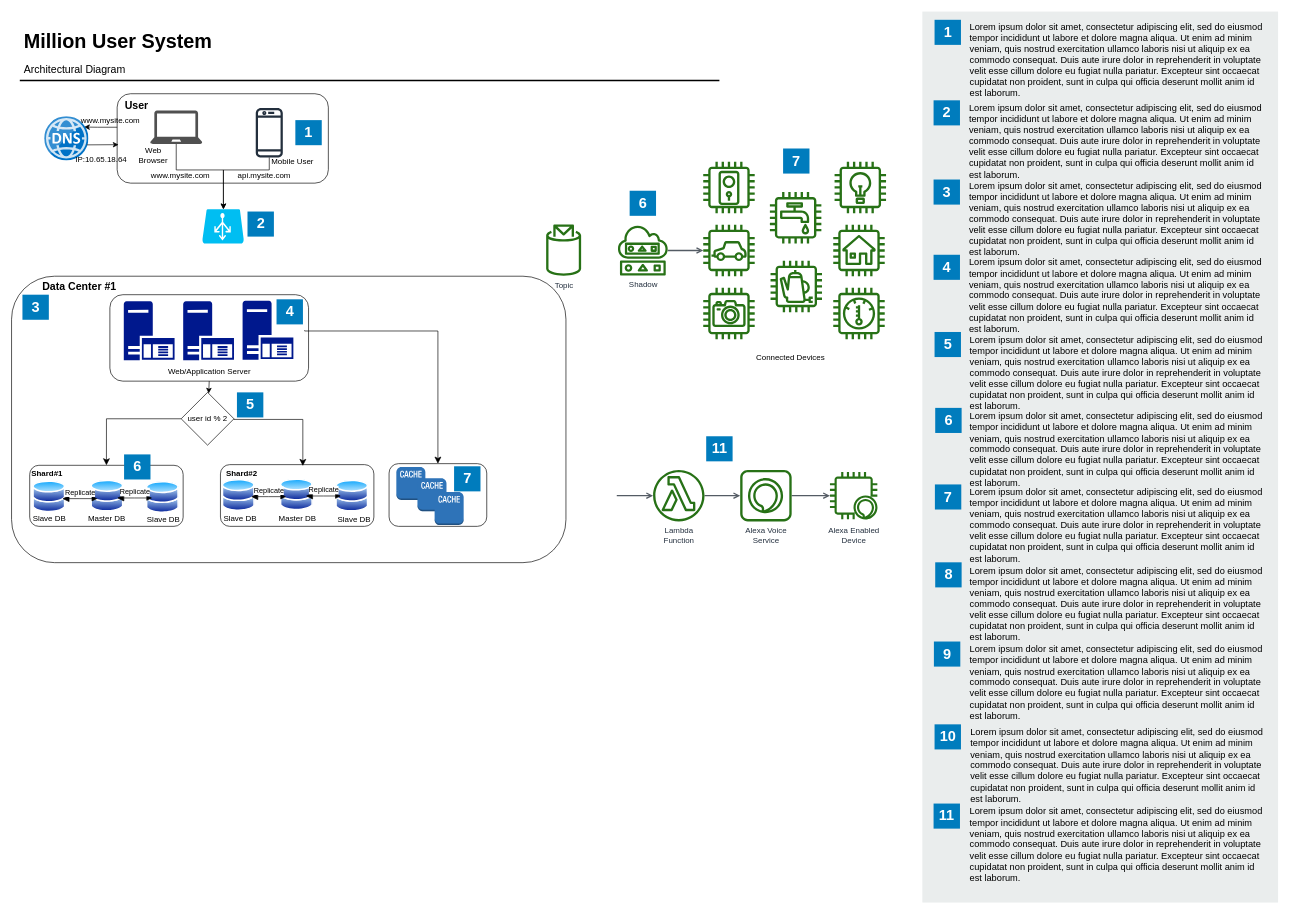
This is Untitled Diagram.drawio from amreshs/SoftwareDesignArchitecturesDiagram, a draw.io file, before an edit. Source tidied: cells renumbered, new cells numbered last; positions are measured from the earlier drawing's top-left corner, leaving out a move shared by most shapes. Both pictures are drawn from the tidied source at 66%, with x=0, y=0 at pixel (11, 11).
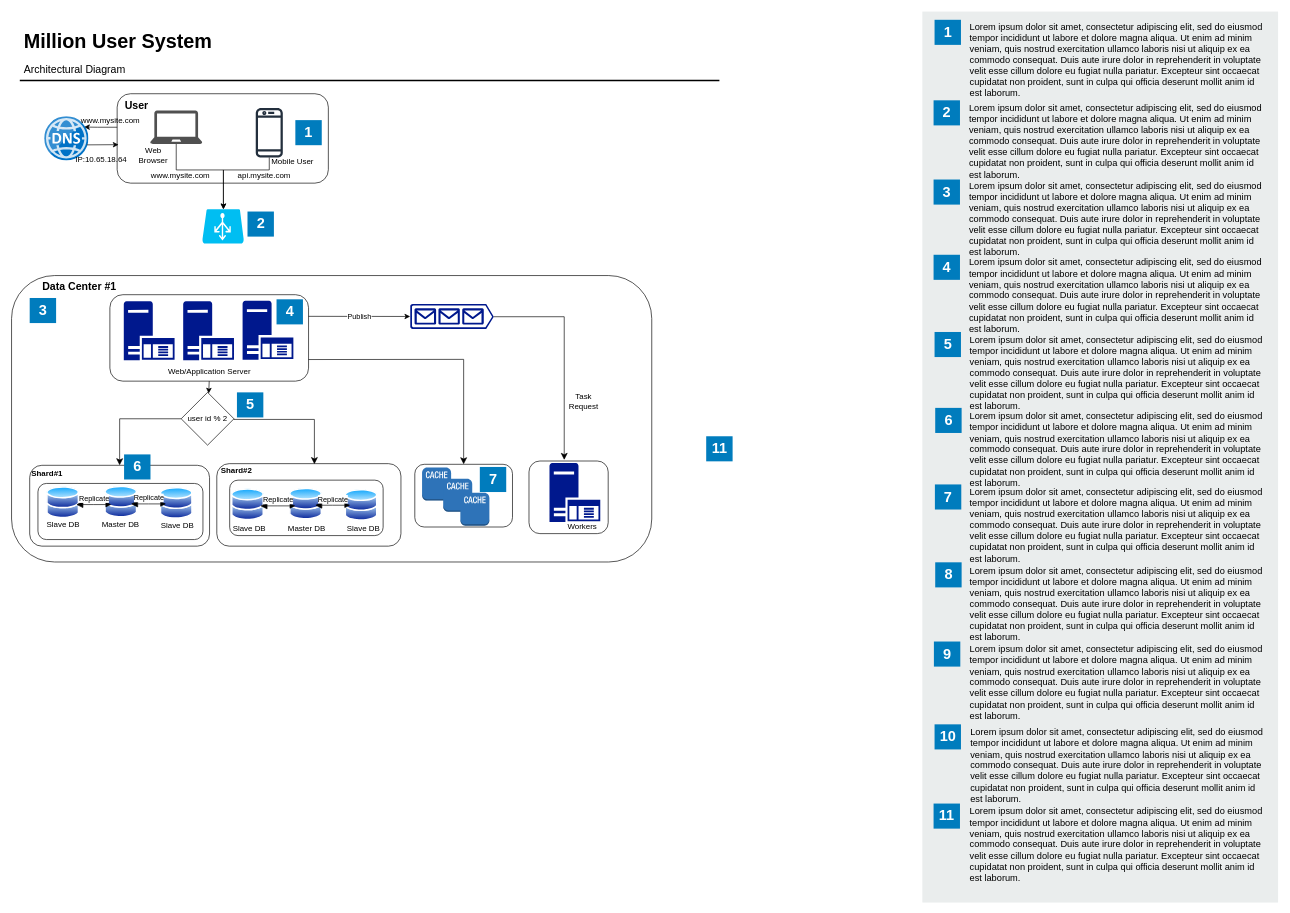
The same diagram, later.

The change refers to these unchanged cells:
```xml
<mxCell id="4" style="rounded=1;whiteSpace=wrap;html=1;" parent="1" vertex="1">
  <mxGeometry x="149" y="429" width="301" height="131" as="geometry" />
</mxCell>
<mxCell id="93" value="user id % 2" style="rhombus;whiteSpace=wrap;html=1;" parent="1" vertex="1">
  <mxGeometry x="257" y="577" width="80" height="80" as="geometry" />
</mxCell>
```

Change to the diagram source:
```diff
@@
     <mxCell id="2" style="rounded=1;whiteSpace=wrap;html=1;" parent="1" vertex="1">
-      <mxGeometry y="401" width="840" height="434" as="geometry" />
+      <mxGeometry y="400" width="970" height="434" as="geometry" />
     </mxCell>
+    <mxCell id="109" style="rounded=1;whiteSpace=wrap;html=1;" parent="1" vertex="1">
+      <mxGeometry x="311" y="685" width="279" height="125" as="geometry" />
+    </mxCell>
+    <mxCell id="73" style="rounded=1;whiteSpace=wrap;html=1;" parent="1" vertex="1">
+      <mxGeometry x="27.5" y="687.5" width="272.5" height="122.5" as="geometry" />
+    </mxCell>
+    <mxCell id="110" style="rounded=1;whiteSpace=wrap;html=1;" parent="1" vertex="1">
+      <mxGeometry x="40" y="715" width="250" height="85" as="geometry" />
+    </mxCell>
     <mxCell id="3" style="rounded=1;whiteSpace=wrap;html=1;" parent="1" vertex="1">
-      <mxGeometry x="572" y="685" width="148" height="95" as="geometry" />
+      <mxGeometry x="611" y="686" width="148" height="95" as="geometry" />
     </mxCell>
@@
-    <mxCell id="8" style="fontColor=#232F3E;gradientColor=none;fillColor=#277116;strokeColor=none;dashed=0;verticalLabelPosition=bottom;verticalAlign=top;align=center;html=1;fontSize=12;fontStyle=0;shape=mxgraph.aws4.door_lock;rounded=0;" parent="1" vertex="1">
-      <mxGeometry x="1048" y="227.5" width="78" height="78" as="geometry" />
-    </mxCell>
-    <mxCell id="9" style="outlineConnect=0;fontColor=#232F3E;gradientColor=none;fillColor=#277116;strokeColor=none;dashed=0;verticalLabelPosition=bottom;verticalAlign=top;align=center;html=1;fontSize=12;fontStyle=0;shape=mxgraph.aws4.car;rounded=0;" parent="1" vertex="1">
-      <mxGeometry x="1048" y="323" width="78" height="78" as="geometry" />
-    </mxCell>
-    <mxCell id="10" style="fontColor=#232F3E;gradientColor=none;fillColor=#277116;strokeColor=none;dashed=0;verticalLabelPosition=bottom;verticalAlign=top;align=center;html=1;fontSize=12;fontStyle=0;shape=mxgraph.aws4.camera;rounded=0;" parent="1" vertex="1">
-      <mxGeometry x="1048" y="418.5" width="78" height="78" as="geometry" />
-    </mxCell>
-    <mxCell id="11" style="fontColor=#232F3E;gradientColor=none;fillColor=#277116;strokeColor=none;dashed=0;verticalLabelPosition=bottom;verticalAlign=top;align=center;html=1;fontSize=12;fontStyle=0;shape=mxgraph.aws4.utility;rounded=0;" parent="1" vertex="1">
-      <mxGeometry x="1149" y="273.5" width="78" height="78" as="geometry" />
-    </mxCell>
-    <mxCell id="12" style="fontColor=#232F3E;gradientColor=none;fillColor=#277116;strokeColor=none;dashed=0;verticalLabelPosition=bottom;verticalAlign=top;align=center;html=1;fontSize=12;fontStyle=0;shape=mxgraph.aws4.coffee_pot;rounded=0;" parent="1" vertex="1">
-      <mxGeometry x="1150" y="377.5" width="78" height="78" as="geometry" />
-    </mxCell>
-    <mxCell id="13" style="fontColor=#232F3E;gradientColor=none;fillColor=#277116;strokeColor=none;dashed=0;verticalLabelPosition=bottom;verticalAlign=top;align=center;html=1;fontSize=12;fontStyle=0;shape=mxgraph.aws4.lightbulb;rounded=0;" parent="1" vertex="1">
-      <mxGeometry x="1247" y="227.5" width="78" height="78" as="geometry" />
-    </mxCell>
-    <mxCell id="14" style="fontColor=#232F3E;gradientColor=none;fillColor=#277116;strokeColor=none;dashed=0;verticalLabelPosition=bottom;verticalAlign=top;align=center;html=1;fontSize=12;fontStyle=0;shape=mxgraph.aws4.house;rounded=0;" parent="1" vertex="1">
-      <mxGeometry x="1245" y="323" width="78" height="78" as="geometry" />
-    </mxCell>
-    <mxCell id="15" style="fontColor=#232F3E;gradientColor=none;fillColor=#277116;strokeColor=none;dashed=0;verticalLabelPosition=bottom;verticalAlign=top;align=center;html=1;fontSize=12;fontStyle=0;shape=mxgraph.aws4.thermostat;rounded=0;" parent="1" vertex="1">
-      <mxGeometry x="1245" y="418.5" width="78" height="78" as="geometry" />
-    </mxCell>
@@
-    <mxCell id="21" value="Topic" style="fontColor=#232F3E;gradientColor=none;fillColor=#277116;strokeColor=none;dashed=0;verticalLabelPosition=bottom;verticalAlign=top;align=center;html=1;fontSize=12;fontStyle=0;shape=mxgraph.aws4.topic_2;rounded=0;" parent="1" vertex="1">
-      <mxGeometry x="810" y="322.5" width="53" height="78" as="geometry" />
-    </mxCell>
-    <mxCell id="22" style="edgeStyle=elbowEdgeStyle;rounded=0;jettySize=auto;html=1;endArrow=open;endFill=0;strokeColor=#545B64;strokeWidth=2;fontSize=14;elbow=vertical;" parent="1" edge="1" source="23" target="9">
-      <mxGeometry relative="1" as="geometry" />
-    </mxCell>
-    <mxCell id="23" value="Shadow" style="outlineConnect=0;fontColor=#232F3E;gradientColor=none;fillColor=#277116;strokeColor=none;dashed=0;verticalLabelPosition=bottom;verticalAlign=top;align=center;html=1;fontSize=12;fontStyle=0;shape=mxgraph.aws4.shadow;rounded=0;" parent="1" vertex="1">
-      <mxGeometry x="917.5" y="323" width="78" height="77" as="geometry" />
-    </mxCell>
@@
-    <mxCell id="25" style="edgeStyle=elbowEdgeStyle;rounded=0;jettySize=auto;html=1;endArrow=open;endFill=0;strokeColor=#545B64;strokeWidth=2;fontSize=14;" parent="1" edge="1" target="27">
-      <mxGeometry relative="1" as="geometry">
-        <mxPoint x="917" y="733.5" as="sourcePoint" />
-      </mxGeometry>
-    </mxCell>
-    <mxCell id="26" style="edgeStyle=elbowEdgeStyle;rounded=0;jettySize=auto;html=1;endArrow=open;endFill=0;strokeColor=#545B64;strokeWidth=2;fontSize=14;" parent="1" edge="1" source="27" target="29">
-      <mxGeometry relative="1" as="geometry" />
-    </mxCell>
-    <mxCell id="27" value="Lambda&lt;br&gt;Function&lt;br&gt;" style="outlineConnect=0;fontColor=#232F3E;gradientColor=none;fillColor=#277116;strokeColor=none;dashed=0;verticalLabelPosition=bottom;verticalAlign=top;align=center;html=1;fontSize=12;fontStyle=0;shape=mxgraph.aws4.lambda_function;rounded=0;" parent="1" vertex="1">
-      <mxGeometry x="972" y="694.5" width="78" height="78" as="geometry" />
-    </mxCell>
-    <mxCell id="28" style="edgeStyle=elbowEdgeStyle;rounded=0;jettySize=auto;html=1;endArrow=open;endFill=0;strokeColor=#545B64;strokeWidth=2;fontSize=14;" parent="1" edge="1" source="29" target="30">
-      <mxGeometry relative="1" as="geometry" />
-    </mxCell>
-    <mxCell id="29" value="Alexa Voice&lt;br&gt;Service&lt;br&gt;" style="outlineConnect=0;fontColor=#232F3E;gradientColor=none;fillColor=#277116;strokeColor=none;dashed=0;verticalLabelPosition=bottom;verticalAlign=top;align=center;html=1;fontSize=12;fontStyle=0;shape=mxgraph.aws4.alexa_skill;rounded=0;" parent="1" vertex="1">
-      <mxGeometry x="1104" y="694.5" width="78" height="78" as="geometry" />
-    </mxCell>
-    <mxCell id="30" value="Alexa Enabled&lt;br&gt;Device&lt;br&gt;" style="outlineConnect=0;fontColor=#232F3E;gradientColor=none;fillColor=#277116;strokeColor=none;dashed=0;verticalLabelPosition=bottom;verticalAlign=top;align=center;html=1;fontSize=12;fontStyle=0;shape=mxgraph.aws4.alexa_enabled_device;rounded=0;" parent="1" vertex="1">
-      <mxGeometry x="1240" y="694.5" width="72" height="78" as="geometry" />
-    </mxCell>
-    <mxCell id="31" value="Connected Devices" style="text;html=1;align=center;verticalAlign=top;spacingTop=-4;rounded=0;" parent="1" vertex="1">
-      <mxGeometry x="1120" y="514.5" width="120" height="20" as="geometry" />
-    </mxCell>
-    <mxCell id="32" value="6" style="rounded=0;whiteSpace=wrap;html=1;fillColor=#007CBD;strokeColor=none;fontColor=#FFFFFF;fontStyle=1;fontSize=22;" parent="1" vertex="1">
-      <mxGeometry x="936.5" y="271.5" width="40" height="38" as="geometry" />
-    </mxCell>
-    <mxCell id="33" value="7" style="rounded=0;whiteSpace=wrap;html=1;fillColor=#007CBD;strokeColor=none;fontColor=#FFFFFF;fontStyle=1;fontSize=22;" parent="1" vertex="1">
-      <mxGeometry x="1169" y="207.5" width="40" height="38" as="geometry" />
-    </mxCell>
     <mxCell id="34" value="3" style="rounded=0;whiteSpace=wrap;html=1;fillColor=#007CBD;strokeColor=none;fontColor=#FFFFFF;fontStyle=1;fontSize=22;" parent="1" vertex="1">
-      <mxGeometry x="16.5" y="429" width="40" height="38" as="geometry" />
+      <mxGeometry x="27.5" y="434" width="40" height="38" as="geometry" />
     </mxCell>
@@
-    <mxCell id="73" style="rounded=1;whiteSpace=wrap;html=1;" parent="1" vertex="1">
-      <mxGeometry x="27.5" y="687.5" width="232.5" height="92.5" as="geometry" />
-    </mxCell>
     <mxCell id="74" style="image;perimeter=ellipsePerimeter;html=1;align=center;shadow=0;dashed=0;spacingTop=3;image=img/lib/active_directory/databases.svg;" parent="1" vertex="1">
-      <mxGeometry x="120" y="709.5" width="50" height="49" as="geometry" />
+      <mxGeometry x="141" y="718.5" width="50" height="49" as="geometry" />
     </mxCell>
     <mxCell id="75" style="image;perimeter=ellipsePerimeter;html=1;align=center;shadow=0;dashed=0;spacingTop=3;image=img/lib/active_directory/databases.svg;" parent="1" vertex="1">
-      <mxGeometry x="204" y="711.5" width="50" height="49" as="geometry" />
+      <mxGeometry x="225" y="720.5" width="50" height="49" as="geometry" />
     </mxCell>
     <mxCell id="76" style="image;perimeter=ellipsePerimeter;html=1;align=center;shadow=0;dashed=0;spacingTop=3;image=img/lib/active_directory/databases.svg;" parent="1" vertex="1">
-      <mxGeometry x="32" y="710.5" width="50" height="49" as="geometry" />
+      <mxGeometry x="53" y="719.5" width="50" height="49" as="geometry" />
     </mxCell>
     <mxCell id="77" value="Master DB" style="text;html=1;strokeColor=none;fillColor=none;align=center;verticalAlign=middle;whiteSpace=wrap;rounded=0;" parent="1" vertex="1">
-      <mxGeometry x="110" y="756" width="69" height="26" as="geometry" />
+      <mxGeometry x="131" y="765" width="69" height="26" as="geometry" />
     </mxCell>
     <mxCell id="78" value="Slave DB" style="text;html=1;strokeColor=none;fillColor=none;align=center;verticalAlign=middle;whiteSpace=wrap;rounded=0;" parent="1" vertex="1">
-      <mxGeometry x="23" y="756" width="69" height="26" as="geometry" />
+      <mxGeometry x="44" y="765" width="69" height="26" as="geometry" />
     </mxCell>
     <mxCell id="79" value="Slave DB" style="text;html=1;strokeColor=none;fillColor=none;align=center;verticalAlign=middle;whiteSpace=wrap;rounded=0;" parent="1" vertex="1">
-      <mxGeometry x="196" y="757" width="69" height="26" as="geometry" />
+      <mxGeometry x="217" y="766" width="69" height="26" as="geometry" />
     </mxCell>
     <mxCell id="80" value="Replicate" style="html=1;verticalAlign=bottom;startArrow=block;startFill=1;endArrow=block;startSize=8;edgeStyle=elbowEdgeStyle;elbow=vertical;curved=0;rounded=0;" parent="1" edge="1">
       <mxGeometry relative="1" as="geometry">
-        <mxPoint x="77" y="738" as="sourcePoint" />
-        <mxPoint x="130" y="738" as="targetPoint" />
+        <mxPoint x="98" y="747" as="sourcePoint" />
+        <mxPoint x="151" y="747" as="targetPoint" />
       </mxGeometry>
     </mxCell>
     <mxCell id="81" value="Replicate" style="html=1;verticalAlign=bottom;startArrow=block;startFill=1;endArrow=block;startSize=8;edgeStyle=elbowEdgeStyle;elbow=vertical;curved=0;rounded=0;" parent="1" edge="1">
       <mxGeometry relative="1" as="geometry">
-        <mxPoint x="160" y="737" as="sourcePoint" />
-        <mxPoint x="213" y="737" as="targetPoint" />
+        <mxPoint x="181" y="746" as="sourcePoint" />
+        <mxPoint x="234" y="746" as="targetPoint" />
       </mxGeometry>
     </mxCell>
@@
     <mxCell id="84" style="rounded=1;whiteSpace=wrap;html=1;" parent="1" vertex="1">
-      <mxGeometry x="316.5" y="686.5" width="232.5" height="93.5" as="geometry" />
+      <mxGeometry x="330.5" y="710" width="232.5" height="84" as="geometry" />
     </mxCell>
     <mxCell id="85" value="Master DB" style="text;html=1;strokeColor=none;fillColor=none;align=center;verticalAlign=middle;whiteSpace=wrap;rounded=0;" parent="1" vertex="1">
-      <mxGeometry x="399" y="756" width="69" height="26" as="geometry" />
+      <mxGeometry x="413" y="770" width="69" height="26" as="geometry" />
     </mxCell>
     <mxCell id="86" value="Slave DB" style="text;html=1;strokeColor=none;fillColor=none;align=center;verticalAlign=middle;whiteSpace=wrap;rounded=0;" parent="1" vertex="1">
-      <mxGeometry x="312" y="756" width="69" height="26" as="geometry" />
+      <mxGeometry x="326" y="770" width="69" height="26" as="geometry" />
     </mxCell>
     <mxCell id="87" value="Slave DB" style="text;html=1;strokeColor=none;fillColor=none;align=center;verticalAlign=middle;whiteSpace=wrap;rounded=0;" parent="1" vertex="1">
-      <mxGeometry x="485" y="757" width="69" height="26" as="geometry" />
+      <mxGeometry x="499" y="771" width="69" height="26" as="geometry" />
     </mxCell>
     <mxCell id="88" style="image;perimeter=ellipsePerimeter;html=1;align=center;shadow=0;dashed=0;spacingTop=3;image=img/lib/active_directory/databases.svg;" parent="1" vertex="1">
-      <mxGeometry x="407" y="707.5" width="50" height="49" as="geometry" />
+      <mxGeometry x="421" y="721.5" width="50" height="49" as="geometry" />
     </mxCell>
     <mxCell id="89" style="image;perimeter=ellipsePerimeter;html=1;align=center;shadow=0;dashed=0;spacingTop=3;image=img/lib/active_directory/databases.svg;" parent="1" vertex="1">
-      <mxGeometry x="491" y="709.5" width="50" height="49" as="geometry" />
+      <mxGeometry x="505" y="723.5" width="50" height="49" as="geometry" />
     </mxCell>
     <mxCell id="90" style="image;perimeter=ellipsePerimeter;html=1;align=center;shadow=0;dashed=0;spacingTop=3;image=img/lib/active_directory/databases.svg;" parent="1" vertex="1">
-      <mxGeometry x="319" y="708.5" width="50" height="49" as="geometry" />
+      <mxGeometry x="333" y="722.5" width="50" height="49" as="geometry" />
     </mxCell>
     <mxCell id="91" value="Replicate" style="html=1;verticalAlign=bottom;startArrow=block;startFill=1;endArrow=block;startSize=8;edgeStyle=elbowEdgeStyle;elbow=vertical;curved=0;rounded=0;" parent="1" edge="1">
       <mxGeometry relative="1" as="geometry">
-        <mxPoint x="363" y="735" as="sourcePoint" />
-        <mxPoint x="416" y="735" as="targetPoint" />
+        <mxPoint x="377" y="749" as="sourcePoint" />
+        <mxPoint x="430" y="749" as="targetPoint" />
       </mxGeometry>
     </mxCell>
     <mxCell id="92" value="Replicate" style="html=1;verticalAlign=bottom;startArrow=block;startFill=1;endArrow=block;startSize=8;edgeStyle=elbowEdgeStyle;elbow=vertical;curved=0;rounded=0;" parent="1" edge="1">
       <mxGeometry relative="1" as="geometry">
-        <mxPoint x="446" y="734" as="sourcePoint" />
-        <mxPoint x="499" y="734" as="targetPoint" />
+        <mxPoint x="460" y="748" as="sourcePoint" />
+        <mxPoint x="513" y="748" as="targetPoint" />
       </mxGeometry>
     </mxCell>
@@
-    <mxCell id="95" style="edgeStyle=elbowEdgeStyle;elbow=vertical;endArrow=classic;html=1;curved=0;rounded=0;endSize=8;startSize=8;exitX=1;exitY=0.5;exitDx=0;exitDy=0;entryX=0.537;entryY=0.021;entryDx=0;entryDy=0;entryPerimeter=0;" parent="1" edge="1" source="93" target="84">
+    <mxCell id="95" style="edgeStyle=elbowEdgeStyle;elbow=vertical;endArrow=classic;html=1;curved=0;rounded=0;endSize=8;startSize=8;exitX=1;exitY=0.5;exitDx=0;exitDy=0;entryX=0.53;entryY=0.006;entryDx=0;entryDy=0;entryPerimeter=0;" parent="1" edge="1" source="93" target="109">
       <mxGeometry relative="1" as="geometry">
         <Array as="points">
           <mxPoint x="390" y="618" />
         </Array>
       </mxGeometry>
     </mxCell>
@@
     <mxCell id="98" value="&lt;b&gt;Shard#2&lt;/b&gt;" style="text;html=1;strokeColor=none;fillColor=none;align=center;verticalAlign=middle;whiteSpace=wrap;rounded=0;" parent="1" vertex="1">
-      <mxGeometry x="319" y="685" width="60" height="30" as="geometry" />
+      <mxGeometry x="311" y="680" width="60" height="30" as="geometry" />
     </mxCell>
@@
     <mxCell id="102" style="dashed=0;verticalLabelPosition=bottom;verticalAlign=top;align=center;html=1;shape=mxgraph.aws3.cache_node;fillColor=#2E73B8;gradientColor=none;" parent="1" vertex="1">
-      <mxGeometry x="583" y="690" width="44" height="50" as="geometry" />
+      <mxGeometry x="622" y="691" width="44" height="50" as="geometry" />
     </mxCell>
     <mxCell id="103" style="dashed=0;verticalLabelPosition=bottom;verticalAlign=top;align=center;html=1;shape=mxgraph.aws3.cache_node;fillColor=#2E73B8;gradientColor=none;" parent="1" vertex="1">
-      <mxGeometry x="615" y="707" width="44" height="50" as="geometry" />
+      <mxGeometry x="654" y="708" width="44" height="50" as="geometry" />
     </mxCell>
     <mxCell id="104" style="dashed=0;verticalLabelPosition=bottom;verticalAlign=top;align=center;html=1;shape=mxgraph.aws3.cache_node;fillColor=#2E73B8;gradientColor=none;" parent="1" vertex="1">
-      <mxGeometry x="641" y="728" width="44" height="50" as="geometry" />
+      <mxGeometry x="680" y="729" width="44" height="50" as="geometry" />
     </mxCell>
@@
     <mxCell id="106" value="7" style="rounded=0;whiteSpace=wrap;html=1;fillColor=#007CBD;strokeColor=none;fontColor=#FFFFFF;fontStyle=1;fontSize=22;" parent="1" vertex="1">
-      <mxGeometry x="670.5" y="689" width="40" height="38" as="geometry" />
+      <mxGeometry x="709.5" y="690" width="40" height="38" as="geometry" />
     </mxCell>
-    <mxCell id="107" style="edgeStyle=elbowEdgeStyle;elbow=vertical;endArrow=classic;html=1;curved=0;rounded=0;endSize=8;startSize=8;exitX=1;exitY=0.5;exitDx=0;exitDy=0;entryX=0.5;entryY=0;entryDx=0;entryDy=0;" parent="1" edge="1" target="3">
+    <mxCell id="107" style="edgeStyle=elbowEdgeStyle;elbow=vertical;endArrow=classic;html=1;curved=0;rounded=0;endSize=8;startSize=8;entryX=0.5;entryY=0;entryDx=0;entryDy=0;exitX=1;exitY=0.75;exitDx=0;exitDy=0;" parent="1" edge="1" source="4" target="3">
       <mxGeometry relative="1" as="geometry">
-        <mxPoint x="444" y="483" as="sourcePoint" />
         <Array as="points">
-          <mxPoint x="497" y="484" />
+          <mxPoint x="570" y="527" />
         </Array>
       </mxGeometry>
     </mxCell>
@@
+    <mxCell id="111" style="rounded=1;whiteSpace=wrap;html=1;" parent="1" vertex="1">
+      <mxGeometry x="784" y="681" width="120" height="110" as="geometry" />
+    </mxCell>
+    <mxCell id="112" style="sketch=0;shadow=0;dashed=0;html=1;strokeColor=none;labelPosition=center;verticalLabelPosition=bottom;verticalAlign=top;align=center;fillColor=#00188D;shape=mxgraph.mscae.enterprise.application_server;" parent="1" vertex="1">
+      <mxGeometry x="815" y="684" width="77" height="89.5" as="geometry" />
+    </mxCell>
+    <mxCell id="113" value="Workers" style="text;html=1;strokeColor=none;fillColor=none;align=center;verticalAlign=middle;whiteSpace=wrap;rounded=0;" parent="1" vertex="1">
+      <mxGeometry x="800" y="765.5" width="130" height="30" as="geometry" />
+    </mxCell>
+    <mxCell id="114" style="sketch=0;shadow=0;dashed=0;html=1;strokeColor=none;labelPosition=center;verticalLabelPosition=bottom;verticalAlign=top;align=center;fillColor=#00188D;shape=mxgraph.azure.queue_generic;" parent="1" vertex="1">
+      <mxGeometry x="604" y="443" width="126.7" height="38" as="geometry" />
+    </mxCell>
+    <mxCell id="115" style="edgeStyle=segmentEdgeStyle;endArrow=classic;html=1;curved=0;rounded=0;endSize=8;startSize=8;exitX=1;exitY=0.51;exitDx=0;exitDy=0;exitPerimeter=0;entryX=0.445;entryY=-0.015;entryDx=0;entryDy=0;entryPerimeter=0;" parent="1" edge="1" source="114" target="111">
+      <mxGeometry relative="1" as="geometry" />
+    </mxCell>
+    <mxCell id="116" style="endArrow=classic;html=1;rounded=0;entryX=0;entryY=0.5;entryDx=0;entryDy=0;entryPerimeter=0;exitX=1;exitY=0.25;exitDx=0;exitDy=0;" parent="1" edge="1">
+      <mxGeometry relative="1" as="geometry">
+        <mxPoint x="450" y="461.8" as="sourcePoint" />
+        <mxPoint x="604" y="462" as="targetPoint" />
+      </mxGeometry>
+    </mxCell>
+    <mxCell id="117" value="Publish" style="edgeLabel;html=1;align=center;verticalAlign=middle;" parent="116" vertex="1">
+      <mxGeometry relative="1" as="geometry" />
+    </mxCell>
+    <mxCell id="118" value="Task Request" style="text;html=1;strokeColor=none;fillColor=none;align=center;verticalAlign=middle;whiteSpace=wrap;rounded=0;" parent="1" vertex="1">
+      <mxGeometry x="837" y="575" width="60" height="30" as="geometry" />
+    </mxCell>
```
